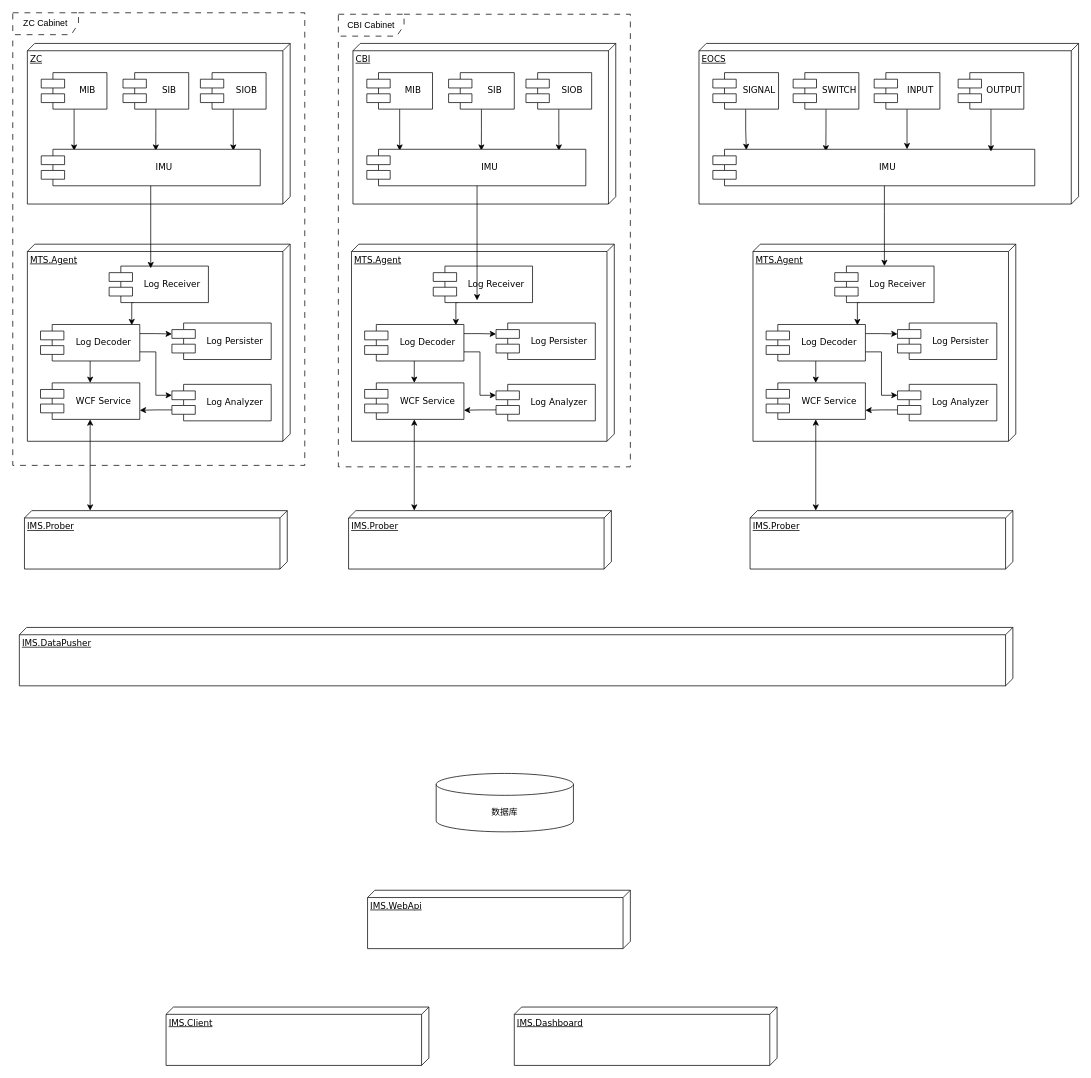
The draw.io diagram IMS100-System-Architecture-.drawio in how-chwong/nug, before the edit. Source tidied: cells renumbered, new cells numbered last; positions are measured from the earlier drawing's top-left corner, leaving out a move shared by most shapes. Both pictures are drawn from the tidied source at 73%, with x=0, y=0 at pixel (12, 12).
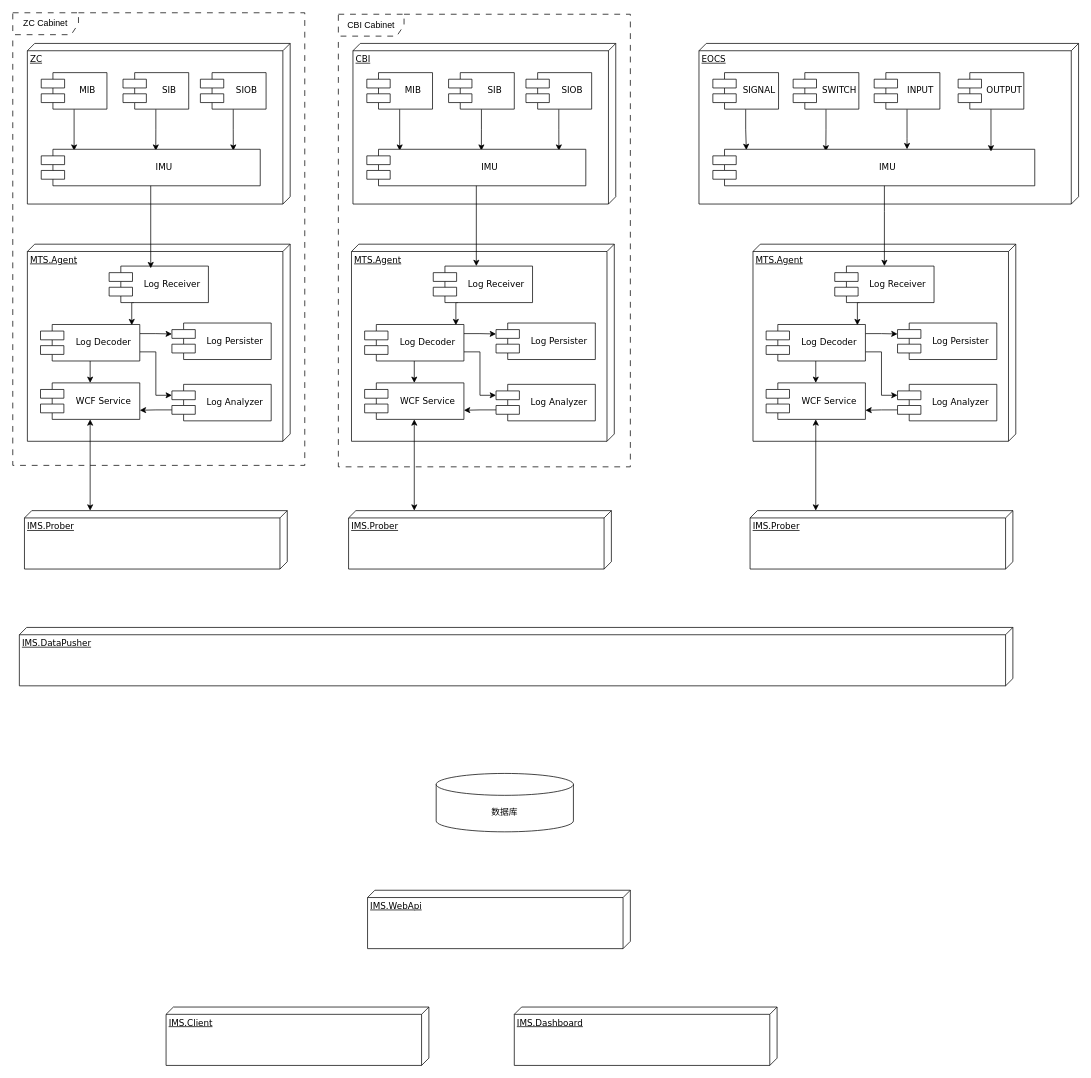
Above is the later version.

The change refers to these unchanged cells:
```xml
<mxCell id="17" value="IMU" style="shape=component;align=center;spacingLeft=36;rounded=0;shadow=0;comic=0;labelBackgroundColor=none;strokeWidth=1;fontFamily=Verdana;fontSize=12;html=1;" parent="1" vertex="1">
  <mxGeometry x="485" y="187" width="300" height="50" as="geometry" />
</mxCell>
```

Diff of the diagram source:
```diff
@@
-    <mxCell id="68" style="edgeStyle=orthogonalEdgeStyle;rounded=0;jettySize=auto;html=1;" parent="1" edge="1" source="17">
-      <mxGeometry relative="1" as="geometry">
-        <mxPoint x="636" y="394" as="targetPoint" />
-        <Array as="points">
-          <mxPoint x="636" y="394" />
-        </Array>
-      </mxGeometry>
-    </mxCell>
@@
+    <mxCell id="77" style="edgeStyle=orthogonalEdgeStyle;rounded=0;jettySize=auto;html=1;" parent="1" edge="1" source="17">
+      <mxGeometry relative="1" as="geometry">
+        <mxPoint x="635" y="347" as="targetPoint" />
+        <Array as="points">
+          <mxPoint x="635" y="347" />
+        </Array>
+      </mxGeometry>
+    </mxCell>
```
